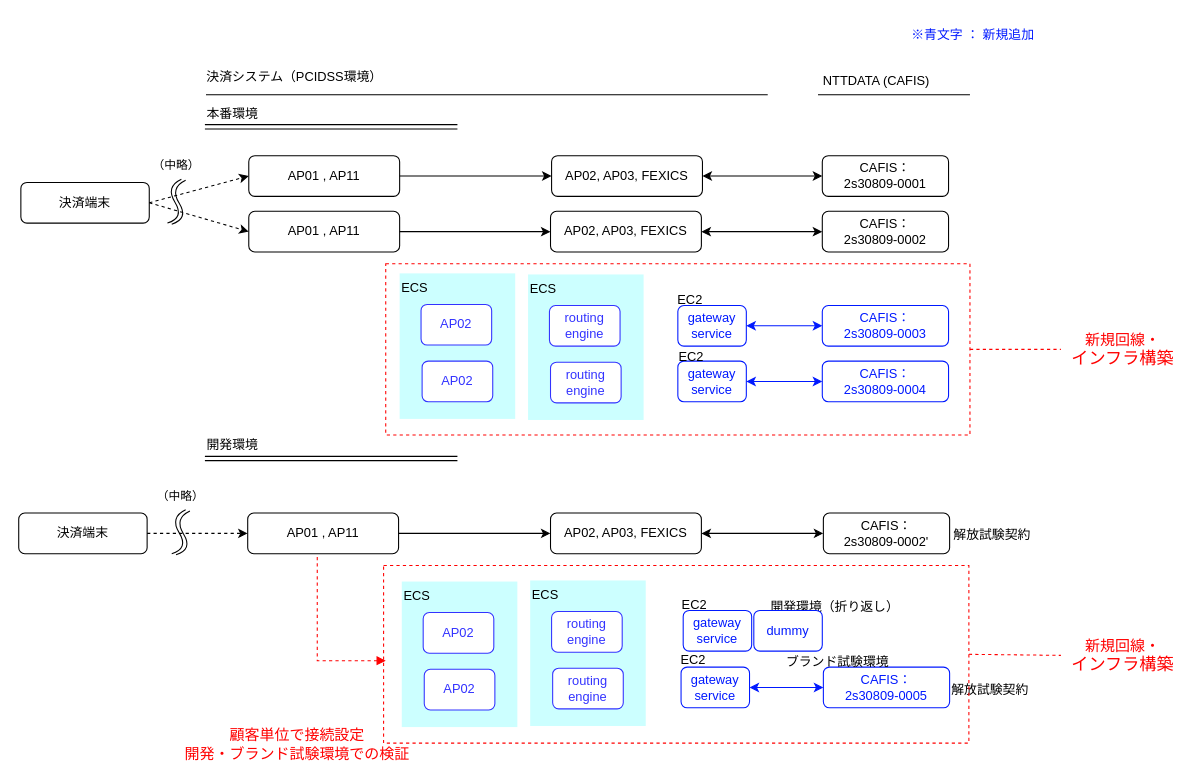
Earlier version of the draw.io diagram page "全体構成(CAFIS)" (1 of 2) of FEXICS/obj/migration_plan.drawio (kyoshizawa/kywiki2). Source tidied: cells renumbered, new cells numbered last; positions are measured from the earlier drawing's top-left corner, leaving out a move shared by most shapes. Both pictures are drawn from the tidied source at 107%, with x=0, y=0 at pixel (18, 18).
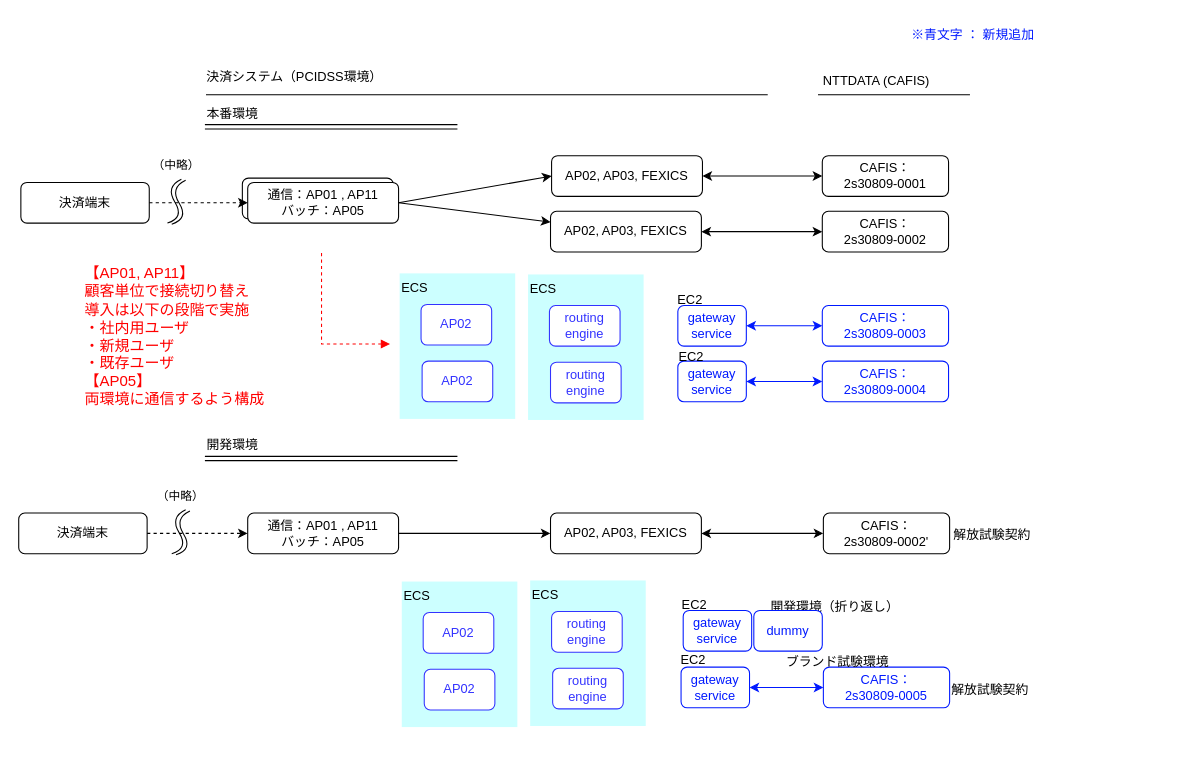
The same page after the edit.

The change refers to these unchanged cells:
```xml
<mxCell id="9" value="決済端末" style="rounded=1;whiteSpace=wrap;html=1;" parent="1" vertex="1">
  <mxGeometry x="2" y="153" width="120" height="38" as="geometry" />
</mxCell>
<mxCell id="15" value="AP02, AP03, FEXICS" style="rounded=1;whiteSpace=wrap;html=1;" parent="1" vertex="1">
  <mxGeometry x="498" y="128" width="141" height="38" as="geometry" />
</mxCell>
```

Change to the diagram source:
```diff
@@
+    <mxCell id="81" style="rounded=1;whiteSpace=wrap;html=1;" parent="1" vertex="1">
+      <mxGeometry x="209" y="149" width="141" height="38" as="geometry" />
+    </mxCell>
@@
-    <mxCell id="18" value="AP01 , AP11" style="rounded=1;whiteSpace=wrap;html=1;" parent="1" vertex="1">
-      <mxGeometry x="215" y="128" width="141" height="38" as="geometry" />
-    </mxCell>
-    <mxCell id="19" value="AP01 , AP11" style="rounded=1;whiteSpace=wrap;html=1;" parent="1" vertex="1">
-      <mxGeometry x="215" y="180" width="141" height="38" as="geometry" />
+    <mxCell id="19" value="通信：AP01 , AP11&lt;div&gt;バッチ：AP05&lt;/div&gt;" style="rounded=1;whiteSpace=wrap;html=1;" parent="1" vertex="1">
+      <mxGeometry x="214" y="153" width="141" height="38" as="geometry" />
     </mxCell>
@@
-    <mxCell id="31" value="AP01 , AP11" style="rounded=1;whiteSpace=wrap;html=1;" parent="1" vertex="1">
+    <mxCell id="31" value="通信：AP01 , AP11&lt;div&gt;バッチ：AP05&lt;/div&gt;" style="rounded=1;whiteSpace=wrap;html=1;" parent="1" vertex="1">
       <mxGeometry x="214" y="462" width="141" height="38" as="geometry" />
     </mxCell>
@@
-    <mxCell id="43" style="endArrow=classic;html=1;rounded=0;exitX=1;exitY=0.5;exitDx=0;exitDy=0;entryX=0;entryY=0.5;entryDx=0;entryDy=0;dashed=1;" parent="1" edge="1" source="9" target="18">
-      <mxGeometry relative="1" as="geometry" />
-    </mxCell>
@@
-    <mxCell id="49" style="endArrow=classic;html=1;rounded=0;exitX=1;exitY=0.5;exitDx=0;exitDy=0;entryX=0;entryY=0.5;entryDx=0;entryDy=0;" parent="1" edge="1" source="18" target="15">
+    <mxCell id="49" style="endArrow=classic;html=1;rounded=0;exitX=1;exitY=0.5;exitDx=0;exitDy=0;entryX=0;entryY=0.5;entryDx=0;entryDy=0;" parent="1" edge="1" source="19" target="15">
       <mxGeometry relative="1" as="geometry" />
     </mxCell>
@@
-    <mxCell id="72" parent="0" />
-    <mxCell id="73" style="rounded=0;whiteSpace=wrap;html=1;fillColor=none;strokeColor=light-dark(#ff0000, #ededed);dashed=1;" parent="72" vertex="1">
-      <mxGeometry x="343" y="229" width="546" height="160" as="geometry" />
-    </mxCell>
-    <mxCell id="74" style="rounded=0;whiteSpace=wrap;html=1;fillColor=none;strokeColor=light-dark(#ff0000, #ededed);dashed=1;" parent="72" vertex="1">
-      <mxGeometry x="341" y="511" width="547" height="166" as="geometry" />
-    </mxCell>
-    <mxCell id="75" value="&lt;font style=&quot;color: rgb(255, 0, 0); font-size: 14px;&quot;&gt;新規回線・&lt;/font&gt;&lt;div&gt;&lt;font size=&quot;3&quot; style=&quot;color: rgb(255, 0, 0);&quot;&gt;インフラ構築&lt;/font&gt;&lt;/div&gt;" style="text;html=1;align=center;verticalAlign=middle;whiteSpace=wrap;rounded=0;" parent="72" vertex="1">
-      <mxGeometry x="974" y="294" width="116" height="30" as="geometry" />
-    </mxCell>
-    <mxCell id="76" value="&lt;font style=&quot;color: rgb(255, 0, 0); font-size: 14px;&quot;&gt;新規回線・&lt;/font&gt;&lt;div&gt;&lt;font size=&quot;3&quot; style=&quot;color: rgb(255, 0, 0);&quot;&gt;インフラ構築&lt;/font&gt;&lt;/div&gt;" style="text;html=1;align=center;verticalAlign=middle;whiteSpace=wrap;rounded=0;" parent="72" vertex="1">
-      <mxGeometry x="974" y="580" width="116" height="30" as="geometry" />
-    </mxCell>
-    <mxCell id="77" style="endArrow=none;dashed=1;html=1;rounded=0;entryX=0;entryY=0.5;entryDx=0;entryDy=0;strokeColor=light-dark(#ff0000, #ededed);" parent="72" edge="1" source="73" target="75">
-      <mxGeometry relative="1" as="geometry" />
-    </mxCell>
-    <mxCell id="78" style="endArrow=none;dashed=1;html=1;rounded=0;entryX=0;entryY=0.5;entryDx=0;entryDy=0;strokeColor=light-dark(#ff0000, #ededed);exitX=1;exitY=0.5;exitDx=0;exitDy=0;" parent="72" edge="1" source="74" target="76">
-      <mxGeometry relative="1" as="geometry" />
-    </mxCell>
-    <mxCell id="79" value="&lt;div&gt;&lt;font style=&quot;font-size: 14px;&quot; color=&quot;#ff0000&quot;&gt;顧客単位で接続設定&lt;/font&gt;&lt;/div&gt;&lt;div&gt;&lt;span style=&quot;color: rgb(255, 0, 0); font-size: 14px; background-color: transparent;&quot;&gt;開発・ブランド試験環境での検証&lt;/span&gt;&lt;/div&gt;" style="text;html=1;align=center;verticalAlign=middle;whiteSpace=wrap;rounded=0;" parent="72" vertex="1">
-      <mxGeometry x="144" y="663" width="233" height="30" as="geometry" />
-    </mxCell>
-    <mxCell id="80" style="endArrow=block;dashed=1;html=1;rounded=0;strokeColor=light-dark(#ff0000, #ededed);edgeStyle=orthogonalEdgeStyle;endFill=1;" parent="72" edge="1">
-      <mxGeometry relative="1" as="geometry">
-        <mxPoint x="279" y="503" as="sourcePoint" />
-        <mxPoint x="343" y="600" as="targetPoint" />
-        <Array as="points">
-          <mxPoint x="279" y="600" />
-          <mxPoint x="343" y="600" />
-        </Array>
-      </mxGeometry>
-    </mxCell>
+    <mxCell id="82" parent="0" />
+    <mxCell id="83" style="endArrow=block;dashed=1;html=1;rounded=0;strokeColor=light-dark(#ff0000, #ededed);edgeStyle=orthogonalEdgeStyle;endFill=1;" parent="82" edge="1">
+      <mxGeometry relative="1" as="geometry">
+        <mxPoint x="283" y="219" as="sourcePoint" />
+        <mxPoint x="347" y="304" as="targetPoint" />
+        <Array as="points">
+          <mxPoint x="283" y="304" />
+          <mxPoint x="347" y="304" />
+        </Array>
+      </mxGeometry>
+    </mxCell>
+    <mxCell id="84" value="&lt;div&gt;&lt;font color=&quot;#ff0000&quot;&gt;&lt;span style=&quot;font-size: 14px;&quot;&gt;【AP01, AP11】&lt;/span&gt;&lt;span style=&quot;font-size: 14px; text-align: center;&quot;&gt;&lt;/span&gt;&lt;/font&gt;&lt;/div&gt;&lt;div&gt;&lt;font color=&quot;#ff0000&quot;&gt;&lt;span style=&quot;font-size: 14px; text-align: center;&quot;&gt;顧客単位で接続切り替え&lt;/span&gt;&lt;span style=&quot;font-size: 14px;&quot;&gt;&lt;/span&gt;&lt;/font&gt;&lt;/div&gt;&lt;div&gt;&lt;font color=&quot;#ff0000&quot;&gt;&lt;span style=&quot;font-size: 14px;&quot;&gt;導入は以下の段階で実施&lt;/span&gt;&lt;/font&gt;&lt;/div&gt;&lt;font color=&quot;#ff0000&quot;&gt;&lt;span style=&quot;font-size: 14px;&quot;&gt;・社内用ユーザ&lt;/span&gt;&lt;/font&gt;&lt;div&gt;&lt;font color=&quot;#ff0000&quot;&gt;&lt;span style=&quot;font-size: 14px;&quot;&gt;・新規ユーザ&lt;/span&gt;&lt;/font&gt;&lt;/div&gt;&lt;div&gt;&lt;font color=&quot;#ff0000&quot;&gt;&lt;span style=&quot;font-size: 14px;&quot;&gt;・既存ユーザ&lt;/span&gt;&lt;/font&gt;&lt;/div&gt;&lt;div&gt;&lt;font color=&quot;#ff0000&quot;&gt;&lt;div style=&quot;color: rgb(0, 0, 0);&quot;&gt;&lt;font color=&quot;#ff0000&quot;&gt;&lt;span style=&quot;font-size: 14px;&quot;&gt;【AP05】&lt;/span&gt;&lt;/font&gt;&lt;/div&gt;&lt;div style=&quot;color: rgb(0, 0, 0);&quot;&gt;&lt;font color=&quot;#ff0000&quot;&gt;&lt;span style=&quot;font-size: 14px;&quot;&gt;両環境に通信するよう構成&lt;/span&gt;&lt;/font&gt;&lt;/div&gt;&lt;/font&gt;&lt;/div&gt;" style="text;html=1;align=left;verticalAlign=middle;whiteSpace=wrap;rounded=0;" parent="82" vertex="1">
+      <mxGeometry x="60" y="248" width="233" height="98" as="geometry" />
+    </mxCell>
```
